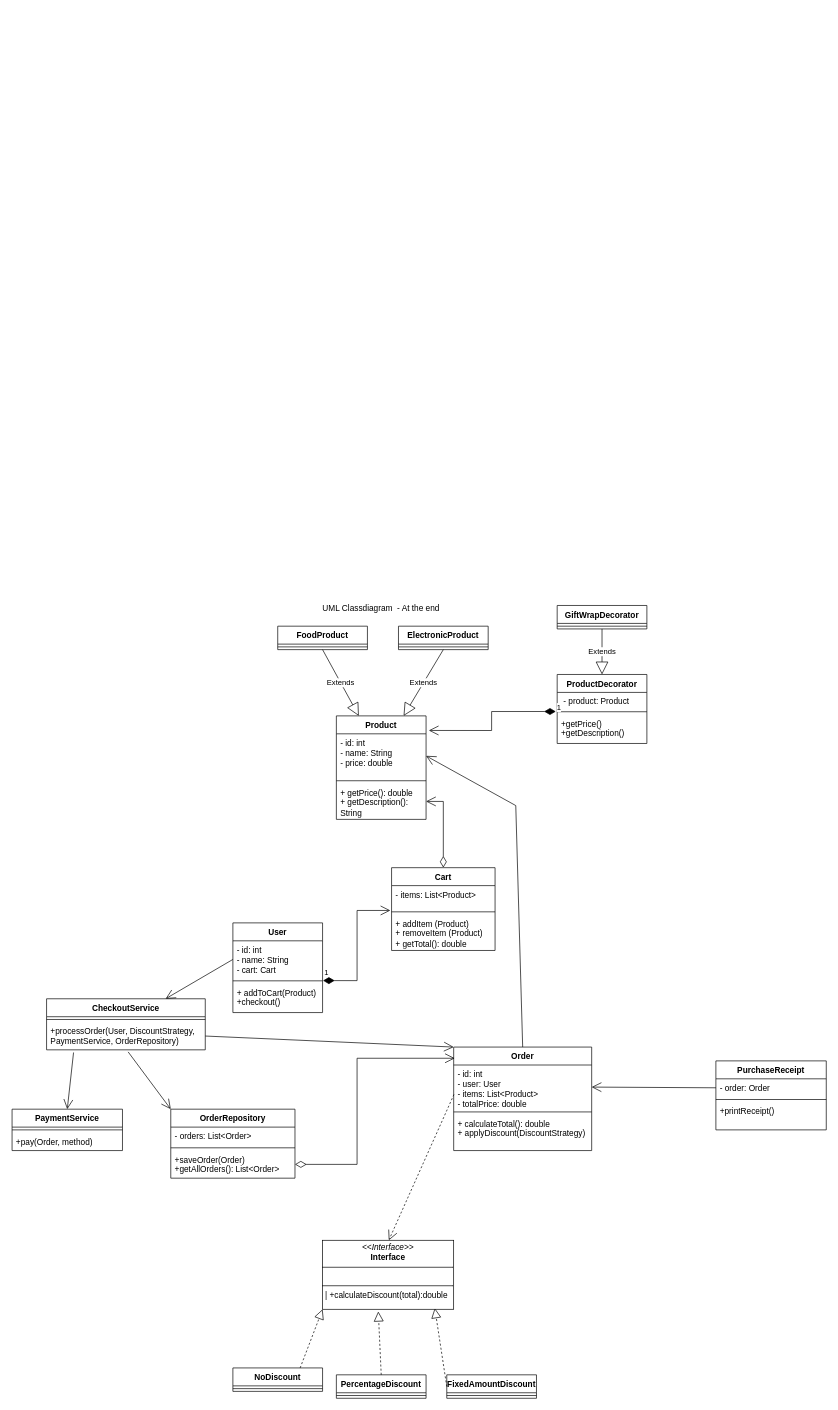
daphne-edutbz/M320_Daphne-McNamara_Lisa-Meergans keeps this draw.io diagram as ownProjekt-Daphne/M4 - Daphne/UML-Klassdiagramm.drawio. Above is the earlier version. Source tidied: cells renumbered, new cells numbered last; positions are measured from the earlier drawing's top-left corner, leaving out a move shared by most shapes. Both pictures are drawn from the tidied source at 69%, with x=0, y=0 at pixel (12, 598).
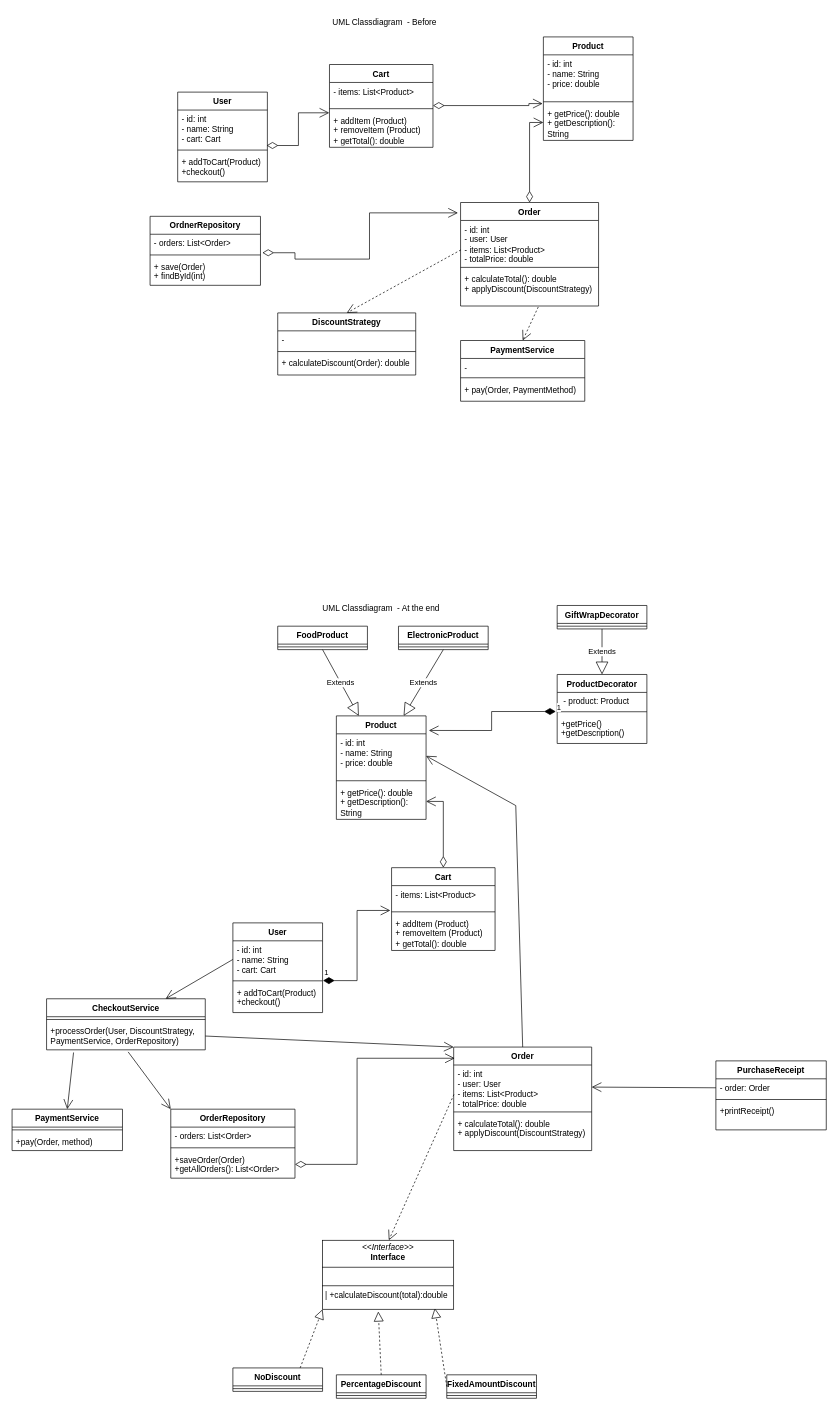
Above is the later version.

Commit message:
revive old version of UML Classdiagramm

Change to the diagram source:
```diff
@@
+    <mxCell id="67" value="Product" style="swimlane;fontStyle=1;align=center;verticalAlign=top;horizontal=1;startSize=26;whiteSpace=wrap;html=1;" parent="1" vertex="1">
+      <mxGeometry x="770" y="-814" width="130" height="150" as="geometry" />
+    </mxCell>
+    <mxCell id="68" value="- id: int&lt;div&gt;- name: String&lt;/div&gt;&lt;div&gt;- price: double&lt;/div&gt;" style="text;strokeColor=none;fillColor=none;align=left;verticalAlign=top;spacingLeft=4;spacingRight=4;overflow=hidden;whiteSpace=wrap;html=1;" parent="67" vertex="1">
+      <mxGeometry y="26" width="130" height="64" as="geometry" />
+    </mxCell>
+    <mxCell id="69" style="line;strokeWidth=1;fillColor=none;align=left;verticalAlign=middle;spacingTop=-1;spacingLeft=3;spacingRight=3;labelPosition=right;strokeColor=inherit;" parent="67" vertex="1">
+      <mxGeometry y="90" width="130" height="8" as="geometry" />
+    </mxCell>
+    <mxCell id="70" value="&lt;div&gt;&lt;span style=&quot;background-color: transparent; color: light-dark(rgb(0, 0, 0), rgb(255, 255, 255));&quot;&gt;+ getPrice(): double&lt;/span&gt;&lt;/div&gt;&lt;div&gt;&lt;span style=&quot;background-color: transparent; color: light-dark(rgb(0, 0, 0), rgb(255, 255, 255));&quot;&gt;+ getDescription(): String&lt;/span&gt;&lt;/div&gt;" style="text;strokeColor=none;fillColor=none;align=left;verticalAlign=top;spacingLeft=4;spacingRight=4;overflow=hidden;points=[[0,0.5],[1,0.5]];portConstraint=eastwest;whiteSpace=wrap;html=1;" parent="67" vertex="1">
+      <mxGeometry y="98" width="130" height="52" as="geometry" />
+    </mxCell>
+    <mxCell id="71" value="Cart" style="swimlane;fontStyle=1;align=center;verticalAlign=top;horizontal=1;startSize=26;whiteSpace=wrap;html=1;" parent="1" vertex="1">
+      <mxGeometry x="460" y="-774" width="150" height="120" as="geometry" />
+    </mxCell>
+    <mxCell id="72" value="- items: List&amp;lt;Product&amp;gt;" style="text;strokeColor=none;fillColor=none;align=left;verticalAlign=top;spacingLeft=4;spacingRight=4;overflow=hidden;whiteSpace=wrap;html=1;" parent="71" vertex="1">
+      <mxGeometry y="26" width="150" height="34" as="geometry" />
+    </mxCell>
+    <mxCell id="73" style="line;strokeWidth=1;fillColor=none;align=left;verticalAlign=middle;spacingTop=-1;spacingLeft=3;spacingRight=3;labelPosition=right;strokeColor=inherit;" parent="71" vertex="1">
+      <mxGeometry y="60" width="150" height="8" as="geometry" />
+    </mxCell>
+    <mxCell id="74" value="+ addItem (Product)&lt;div&gt;+ removeItem (Product)&lt;/div&gt;&lt;div&gt;+ getTotal(): double&lt;/div&gt;" style="text;strokeColor=none;fillColor=none;align=left;verticalAlign=top;spacingLeft=4;spacingRight=4;overflow=hidden;points=[[0,0.5],[1,0.5]];portConstraint=eastwest;whiteSpace=wrap;html=1;" parent="71" vertex="1">
+      <mxGeometry y="68" width="150" height="52" as="geometry" />
+    </mxCell>
+    <mxCell id="75" value="Order" style="swimlane;fontStyle=1;align=center;verticalAlign=top;horizontal=1;startSize=26;whiteSpace=wrap;html=1;" parent="1" vertex="1">
+      <mxGeometry x="650" y="-574" width="200" height="150" as="geometry" />
+    </mxCell>
+    <mxCell id="76" value="&lt;div&gt;- id: int&amp;nbsp;&lt;/div&gt;&lt;div&gt;- user: User&lt;/div&gt;&lt;div&gt;- items: List&amp;lt;Product&amp;gt;&lt;/div&gt;&lt;div&gt;- totalPrice: double&lt;/div&gt;" style="text;strokeColor=none;fillColor=none;align=left;verticalAlign=top;spacingLeft=4;spacingRight=4;overflow=hidden;points=[[0,0.5],[1,0.5]];portConstraint=eastwest;whiteSpace=wrap;html=1;" parent="75" vertex="1">
+      <mxGeometry y="26" width="200" height="64" as="geometry" />
+    </mxCell>
+    <mxCell id="77" style="line;strokeWidth=1;fillColor=none;align=left;verticalAlign=middle;spacingTop=-1;spacingLeft=3;spacingRight=3;labelPosition=right;strokeColor=inherit;" parent="75" vertex="1">
+      <mxGeometry y="90" width="200" height="8" as="geometry" />
+    </mxCell>
+    <mxCell id="78" value="&lt;div&gt;+ calculateTotal(): double&lt;/div&gt;&lt;div&gt;+ applyDiscount(DiscountStrategy)&lt;/div&gt;" style="text;strokeColor=none;fillColor=none;align=left;verticalAlign=top;spacingLeft=4;spacingRight=4;overflow=hidden;points=[[0,0.5],[1,0.5]];portConstraint=eastwest;whiteSpace=wrap;html=1;" parent="75" vertex="1">
+      <mxGeometry y="98" width="200" height="52" as="geometry" />
+    </mxCell>
+    <mxCell id="79" value="User" style="swimlane;fontStyle=1;align=center;verticalAlign=top;horizontal=1;startSize=26;whiteSpace=wrap;html=1;" parent="1" vertex="1">
+      <mxGeometry x="240" y="-734" width="130" height="130" as="geometry" />
+    </mxCell>
+    <mxCell id="80" value="&lt;div&gt;- id: int&lt;/div&gt;&lt;div&gt;- name: String&lt;/div&gt;&lt;div&gt;- cart: Cart&lt;/div&gt;" style="text;strokeColor=none;fillColor=none;align=left;verticalAlign=top;spacingLeft=4;spacingRight=4;overflow=hidden;points=[[0,0.5],[1,0.5]];portConstraint=eastwest;whiteSpace=wrap;html=1;" parent="79" vertex="1">
+      <mxGeometry y="26" width="130" height="54" as="geometry" />
+    </mxCell>
+    <mxCell id="81" style="line;strokeWidth=1;fillColor=none;align=left;verticalAlign=middle;spacingTop=-1;spacingLeft=3;spacingRight=3;labelPosition=right;strokeColor=inherit;" parent="79" vertex="1">
+      <mxGeometry y="80" width="130" height="8" as="geometry" />
+    </mxCell>
+    <mxCell id="82" value="&lt;div&gt;+ addToCart(Product)&amp;nbsp;&lt;/div&gt;&lt;div&gt;+checkout()&lt;/div&gt;" style="text;strokeColor=none;fillColor=none;align=left;verticalAlign=top;spacingLeft=4;spacingRight=4;overflow=hidden;whiteSpace=wrap;html=1;" parent="79" vertex="1">
+      <mxGeometry y="88" width="130" height="42" as="geometry" />
+    </mxCell>
+    <mxCell id="83" value="PaymentService" style="swimlane;fontStyle=1;align=center;verticalAlign=top;horizontal=1;startSize=26;whiteSpace=wrap;html=1;" parent="1" vertex="1">
+      <mxGeometry x="650" y="-374" width="180" height="88" as="geometry" />
+    </mxCell>
+    <mxCell id="84" value="-" style="text;strokeColor=none;fillColor=none;align=left;verticalAlign=top;spacingLeft=4;spacingRight=4;overflow=hidden;whiteSpace=wrap;html=1;" parent="83" vertex="1">
+      <mxGeometry y="26" width="180" height="24" as="geometry" />
+    </mxCell>
+    <mxCell id="85" style="line;strokeWidth=1;fillColor=none;align=left;verticalAlign=middle;spacingTop=-1;spacingLeft=3;spacingRight=3;labelPosition=right;strokeColor=inherit;" parent="83" vertex="1">
+      <mxGeometry y="50" width="180" height="8" as="geometry" />
+    </mxCell>
+    <mxCell id="86" value="+ pay(Order, PaymentMethod)" style="text;strokeColor=none;fillColor=none;align=left;verticalAlign=top;spacingLeft=4;spacingRight=4;overflow=hidden;whiteSpace=wrap;html=1;" parent="83" vertex="1">
+      <mxGeometry y="58" width="180" height="30" as="geometry" />
+    </mxCell>
+    <mxCell id="87" value="OrdnerRepository" style="swimlane;fontStyle=1;align=center;verticalAlign=top;horizontal=1;startSize=26;whiteSpace=wrap;html=1;" parent="1" vertex="1">
+      <mxGeometry x="200" y="-554" width="160" height="100" as="geometry" />
+    </mxCell>
+    <mxCell id="88" value="&lt;div&gt;- orders: List&amp;lt;Order&amp;gt;&lt;/div&gt;&lt;div&gt;&lt;br&gt;&lt;/div&gt;" style="text;strokeColor=none;fillColor=none;align=left;verticalAlign=top;spacingLeft=4;spacingRight=4;overflow=hidden;points=[[0,0.5],[1,0.5]];portConstraint=eastwest;whiteSpace=wrap;html=1;" parent="87" vertex="1">
+      <mxGeometry y="26" width="160" height="26" as="geometry" />
+    </mxCell>
+    <mxCell id="89" style="line;strokeWidth=1;fillColor=none;align=left;verticalAlign=middle;spacingTop=-1;spacingLeft=3;spacingRight=3;labelPosition=right;strokeColor=inherit;" parent="87" vertex="1">
+      <mxGeometry y="52" width="160" height="8" as="geometry" />
+    </mxCell>
+    <mxCell id="90" value="&lt;div&gt;+ save(Order)&lt;/div&gt;&lt;div&gt;+ findById(int)&lt;/div&gt;" style="text;strokeColor=none;fillColor=none;align=left;verticalAlign=top;spacingLeft=4;spacingRight=4;overflow=hidden;whiteSpace=wrap;html=1;" parent="87" vertex="1">
+      <mxGeometry y="60" width="160" height="40" as="geometry" />
+    </mxCell>
+    <mxCell id="91" value="DiscountStrategy" style="swimlane;fontStyle=1;align=center;verticalAlign=top;horizontal=1;startSize=26;whiteSpace=wrap;html=1;" parent="1" vertex="1">
+      <mxGeometry x="385" y="-414" width="200" height="90" as="geometry" />
+    </mxCell>
+    <mxCell id="92" value="-" style="text;strokeColor=none;fillColor=none;align=left;verticalAlign=top;spacingLeft=4;spacingRight=4;overflow=hidden;whiteSpace=wrap;html=1;" parent="91" vertex="1">
+      <mxGeometry y="26" width="200" height="26" as="geometry" />
+    </mxCell>
+    <mxCell id="93" style="line;strokeWidth=1;fillColor=none;align=left;verticalAlign=middle;spacingTop=-1;spacingLeft=3;spacingRight=3;labelPosition=right;strokeColor=inherit;" parent="91" vertex="1">
+      <mxGeometry y="52" width="200" height="8" as="geometry" />
+    </mxCell>
+    <mxCell id="94" value="+ calculateDiscount(Order): double" style="text;strokeColor=none;fillColor=none;align=left;verticalAlign=top;spacingLeft=4;spacingRight=4;overflow=hidden;whiteSpace=wrap;html=1;" parent="91" vertex="1">
+      <mxGeometry y="60" width="200" height="30" as="geometry" />
+    </mxCell>
+    <mxCell id="95" style="endArrow=open;html=1;endSize=12;startArrow=diamondThin;startSize=14;startFill=0;edgeStyle=orthogonalEdgeStyle;align=left;verticalAlign=bottom;rounded=0;exitX=0.992;exitY=0.951;exitDx=0;exitDy=0;exitPerimeter=0;entryX=-0.002;entryY=0.038;entryDx=0;entryDy=0;entryPerimeter=0;" parent="1" edge="1" source="80" target="74">
+      <mxGeometry x="-1" y="3" relative="1" as="geometry" />
+    </mxCell>
+    <mxCell id="96" style="endArrow=open;html=1;endSize=12;startArrow=diamondThin;startSize=14;startFill=0;edgeStyle=orthogonalEdgeStyle;align=left;verticalAlign=bottom;rounded=0;entryX=-0.008;entryY=-0.026;entryDx=0;entryDy=0;entryPerimeter=0;" parent="1" edge="1" target="70">
+      <mxGeometry x="-1" y="3" relative="1" as="geometry">
+        <mxPoint x="610" y="-714.5" as="sourcePoint" />
+        <Array as="points">
+          <mxPoint x="749" y="-714" />
+        </Array>
+      </mxGeometry>
+    </mxCell>
+    <mxCell id="97" style="endArrow=open;html=1;endSize=12;startArrow=diamondThin;startSize=14;startFill=0;edgeStyle=orthogonalEdgeStyle;align=left;verticalAlign=bottom;rounded=0;exitX=0.5;exitY=0;exitDx=0;exitDy=0;" parent="1" edge="1" source="75" target="70">
+      <mxGeometry x="-1" y="3" relative="1" as="geometry" />
+    </mxCell>
+    <mxCell id="98" style="endArrow=open;endSize=12;dashed=1;html=1;rounded=0;exitX=0.002;exitY=0.667;exitDx=0;exitDy=0;exitPerimeter=0;entryX=0.5;entryY=0;entryDx=0;entryDy=0;" parent="1" edge="1" source="76" target="91">
+      <mxGeometry relative="1" as="geometry" />
+    </mxCell>
+    <mxCell id="99" style="endArrow=open;endSize=12;dashed=1;html=1;rounded=0;exitX=0.563;exitY=1.026;exitDx=0;exitDy=0;exitPerimeter=0;entryX=0.5;entryY=0;entryDx=0;entryDy=0;" parent="1" edge="1" source="78" target="83">
+      <mxGeometry relative="1" as="geometry" />
+    </mxCell>
+    <mxCell id="100" style="endArrow=open;html=1;endSize=12;startArrow=diamondThin;startSize=14;startFill=0;edgeStyle=orthogonalEdgeStyle;align=left;verticalAlign=bottom;rounded=0;exitX=1.017;exitY=1.031;exitDx=0;exitDy=0;exitPerimeter=0;entryX=-0.019;entryY=0.1;entryDx=0;entryDy=0;entryPerimeter=0;" parent="1" edge="1" source="88" target="75">
+      <mxGeometry x="-1" y="3" relative="1" as="geometry">
+        <Array as="points">
+          <mxPoint x="410" y="-501" />
+          <mxPoint x="410" y="-492" />
+          <mxPoint x="518" y="-492" />
+          <mxPoint x="518" y="-559" />
+        </Array>
+      </mxGeometry>
+    </mxCell>
+    <mxCell id="101" value="UML Classdiagram&amp;nbsp; - Before" style="text;html=1;whiteSpace=wrap;strokeColor=none;fillColor=none;align=center;verticalAlign=middle;rounded=0;" parent="1" vertex="1">
+      <mxGeometry x="440" y="-850" width="200" height="30" as="geometry" />
+    </mxCell>
```
